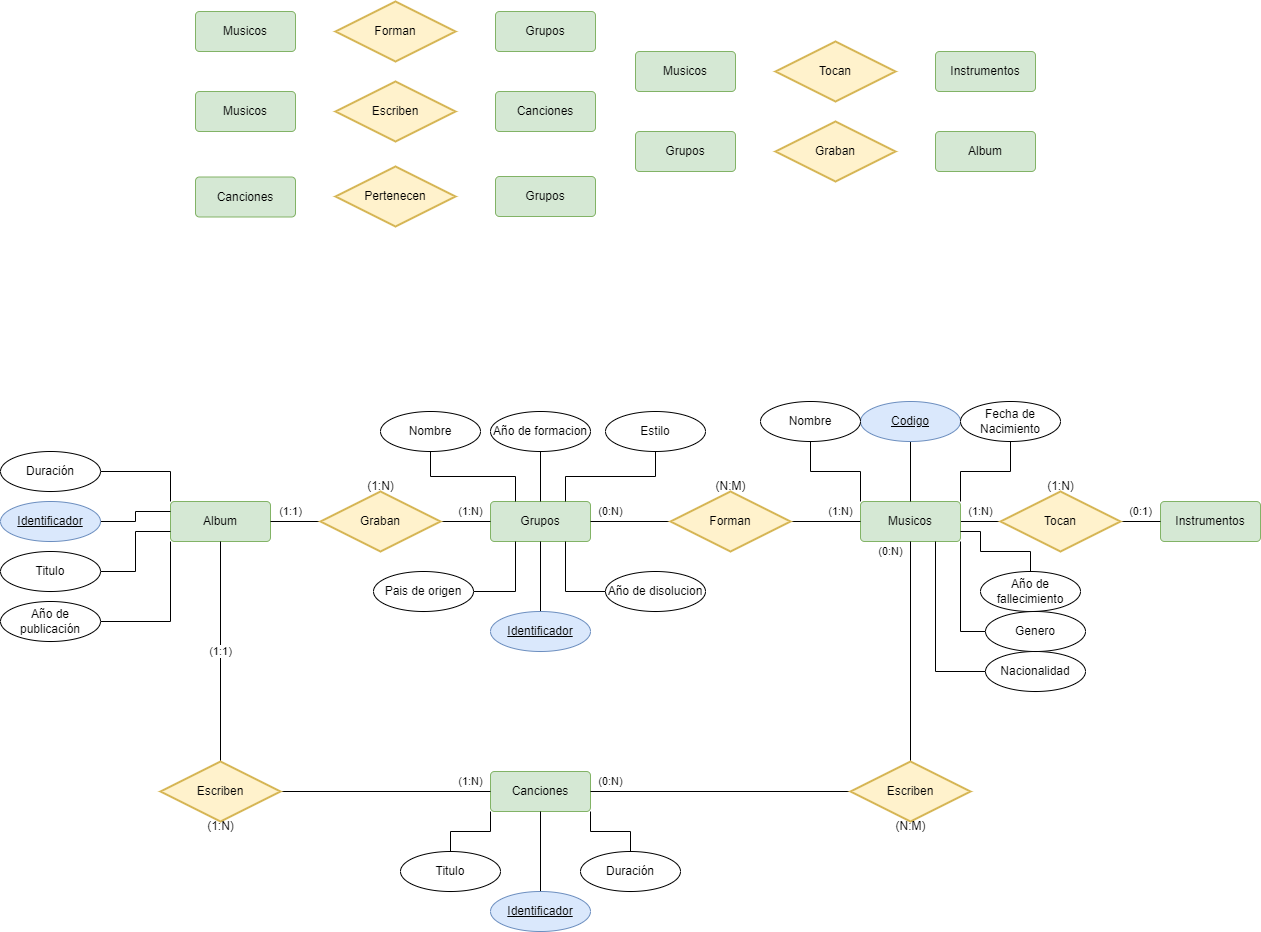
This is tareas base de datos/Actividades_Esquemas/Actividades_Esquemas/ejercicio_11.drawio.png from Angel-L-G/Base-Datos, a draw.io export, as it was before one commit. Source tidied: cells renumbered, new cells last; positions are measured from the earlier drawing's top-left corner, leaving out a move shared by most shapes.
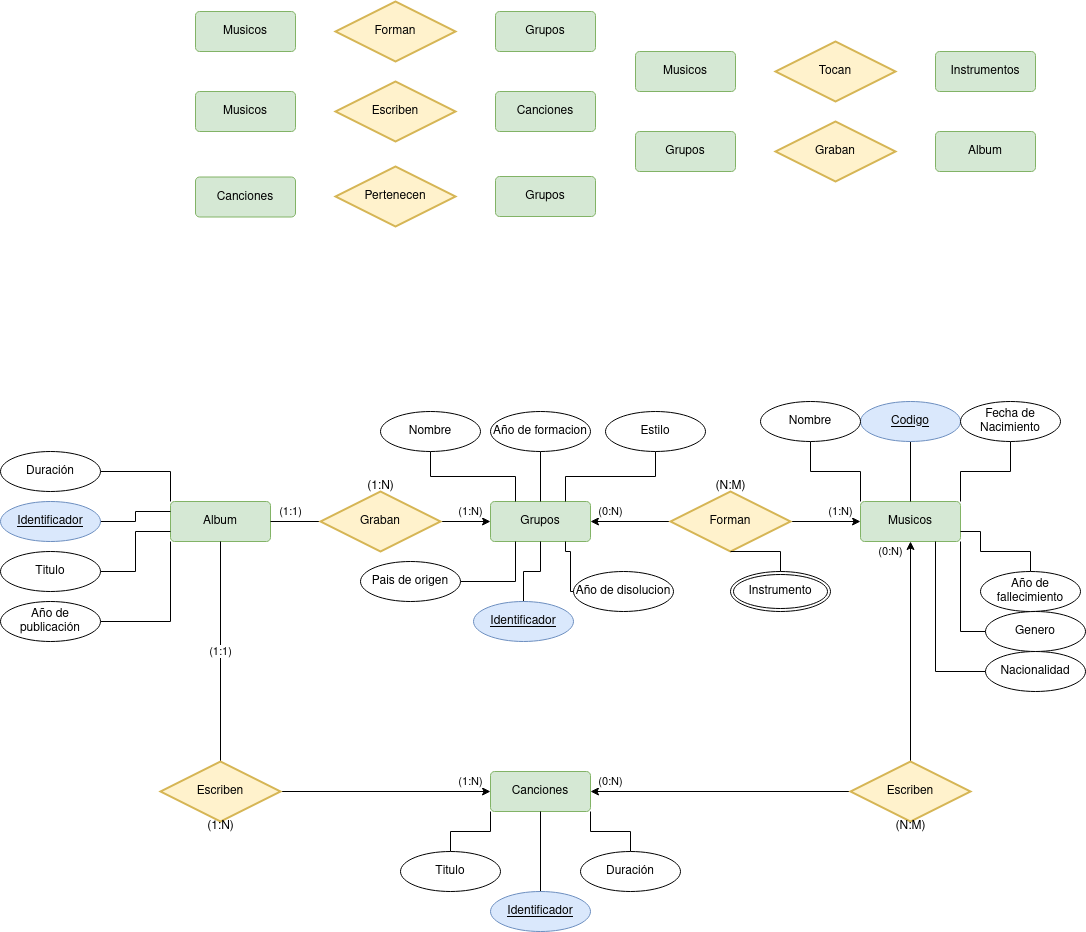
After the commit.

Change to the diagram source:
```diff
@@ -47,28 +47,16 @@
     <mxCell id="16" value="Graban" style="shape=rhombus;perimeter=rhombusPerimeter;whiteSpace=wrap;html=1;align=center;labelBackgroundColor=none;fillColor=#fff2cc;strokeColor=#d6b656;strokeWidth=2;" parent="1" vertex="1">
       <mxGeometry x="775" y="120" width="120" height="60" as="geometry" />
     </mxCell>
-    <mxCell id="17" value="Instrumentos" style="rounded=1;arcSize=10;whiteSpace=wrap;html=1;align=center;labelBackgroundColor=none;fillColor=#d5e8d4;strokeColor=#82b366;" parent="1" vertex="1">
-      <mxGeometry x="1160" y="500" width="100" height="40" as="geometry" />
-    </mxCell>
-    <mxCell id="18" value="(1:N)" style="edgeStyle=orthogonalEdgeStyle;rounded=0;jettySize=auto;html=1;entryX=1;entryY=0.5;entryDx=0;entryDy=0;fontColor=#000000;endArrow=none;endFill=0;" parent="1" edge="1" source="20" target="21">
-      <mxGeometry y="-10" relative="1" as="geometry" />
-    </mxCell>
-    <mxCell id="19" value="(0:1)" style="edgeStyle=orthogonalEdgeStyle;rounded=0;jettySize=auto;html=1;fontColor=#000000;endArrow=none;endFill=0;" parent="1" edge="1" source="20" target="17">
-      <mxGeometry y="10" relative="1" as="geometry" />
-    </mxCell>
-    <mxCell id="20" value="Tocan" style="shape=rhombus;perimeter=rhombusPerimeter;whiteSpace=wrap;html=1;align=center;labelBackgroundColor=none;fillColor=#fff2cc;strokeColor=#d6b656;strokeWidth=2;" parent="1" vertex="1">
-      <mxGeometry x="1000" y="490" width="120" height="60" as="geometry" />
-    </mxCell>
     <mxCell id="21" value="Musicos" style="rounded=1;arcSize=10;whiteSpace=wrap;html=1;align=center;labelBackgroundColor=none;fillColor=#d5e8d4;strokeColor=#82b366;" parent="1" vertex="1">
       <mxGeometry x="860" y="500" width="100" height="40" as="geometry" />
     </mxCell>
     <mxCell id="22" value="Grupos" style="rounded=1;arcSize=10;whiteSpace=wrap;html=1;align=center;labelBackgroundColor=none;fillColor=#d5e8d4;strokeColor=#82b366;" parent="1" vertex="1">
       <mxGeometry x="490" y="500" width="100" height="40" as="geometry" />
     </mxCell>
-    <mxCell id="23" value="(1:N)" style="edgeStyle=orthogonalEdgeStyle;rounded=0;jettySize=auto;html=1;fontColor=#000000;endArrow=none;endFill=0;" parent="1" edge="1" source="25" target="21">
+    <mxCell id="23" value="(1:N)" style="edgeStyle=orthogonalEdgeStyle;rounded=0;jettySize=auto;html=1;fontColor=#000000;endArrow=classic;endFill=1;" parent="1" edge="1" source="25" target="21">
       <mxGeometry x="0.43" y="10" relative="1" as="geometry" />
     </mxCell>
-    <mxCell id="24" value="(0:N)" style="edgeStyle=orthogonalEdgeStyle;rounded=0;jettySize=auto;html=1;fontColor=#000000;endArrow=none;endFill=0;" parent="1" edge="1" source="25" target="22">
+    <mxCell id="24" value="(0:N)" style="edgeStyle=orthogonalEdgeStyle;rounded=0;jettySize=auto;html=1;fontColor=#000000;endArrow=classic;endFill=1;" parent="1" edge="1" source="25" target="22">
       <mxGeometry x="0.5" y="-10" relative="1" as="geometry" />
     </mxCell>
     <mxCell id="25" value="Forman" style="shape=rhombus;perimeter=rhombusPerimeter;whiteSpace=wrap;html=1;align=center;labelBackgroundColor=none;fillColor=#fff2cc;strokeColor=#d6b656;strokeWidth=2;" parent="1" vertex="1">
@@ -77,7 +65,7 @@
     <mxCell id="26" value="Album" style="rounded=1;arcSize=10;whiteSpace=wrap;html=1;align=center;labelBackgroundColor=none;fillColor=#d5e8d4;strokeColor=#82b366;" parent="1" vertex="1">
       <mxGeometry x="170" y="500" width="100" height="40" as="geometry" />
     </mxCell>
-    <mxCell id="27" value="(1:N)" style="edgeStyle=orthogonalEdgeStyle;rounded=0;jettySize=auto;html=1;fontColor=#000000;endArrow=none;endFill=0;" parent="1" edge="1" source="29" target="22">
+    <mxCell id="27" value="(1:N)" style="edgeStyle=orthogonalEdgeStyle;rounded=0;jettySize=auto;html=1;fontColor=#000000;endArrow=classic;endFill=1;" parent="1" edge="1" source="29" target="22">
       <mxGeometry x="0.2" y="10" relative="1" as="geometry" />
     </mxCell>
     <mxCell id="28" value="(1:1)" style="edgeStyle=orthogonalEdgeStyle;rounded=0;jettySize=auto;html=1;fontColor=#000000;endArrow=none;endFill=0;" parent="1" edge="1" source="29" target="26">
@@ -89,22 +77,19 @@
     <mxCell id="30" value="Canciones" style="rounded=1;arcSize=10;whiteSpace=wrap;html=1;align=center;labelBackgroundColor=none;fillColor=#d5e8d4;strokeColor=#82b366;" parent="1" vertex="1">
       <mxGeometry x="490" y="770" width="100" height="40" as="geometry" />
     </mxCell>
-    <mxCell id="31" value="(0:N)" style="edgeStyle=orthogonalEdgeStyle;rounded=0;jettySize=auto;html=1;fontColor=#000000;endArrow=none;endFill=0;" parent="1" edge="1" source="33" target="21">
+    <mxCell id="31" value="(0:N)" style="edgeStyle=orthogonalEdgeStyle;rounded=0;jettySize=auto;html=1;fontColor=#000000;endArrow=classic;endFill=1;" parent="1" edge="1" source="33" target="21">
       <mxGeometry x="0.91" y="20" relative="1" as="geometry" />
     </mxCell>
-    <mxCell id="32" value="(0:N)" style="edgeStyle=orthogonalEdgeStyle;rounded=0;jettySize=auto;html=1;entryX=1;entryY=0.5;entryDx=0;entryDy=0;fontColor=#000000;endArrow=none;endFill=0;" parent="1" edge="1" source="33" target="30">
+    <mxCell id="32" value="(0:N)" style="edgeStyle=orthogonalEdgeStyle;rounded=0;jettySize=auto;html=1;entryX=1;entryY=0.5;entryDx=0;entryDy=0;fontColor=#000000;endArrow=classic;endFill=1;" parent="1" edge="1" source="33" target="30">
       <mxGeometry x="0.85" y="-10" relative="1" as="geometry" />
     </mxCell>
     <mxCell id="33" value="Escriben" style="shape=rhombus;perimeter=rhombusPerimeter;whiteSpace=wrap;html=1;align=center;labelBackgroundColor=none;fillColor=#fff2cc;strokeColor=#d6b656;strokeWidth=2;" parent="1" vertex="1">
       <mxGeometry x="850" y="760" width="120" height="60" as="geometry" />
     </mxCell>
-    <mxCell id="34" value="(1:N)" style="text;html=1;align=center;verticalAlign=middle;strokeColor=none;fillColor=none;fontColor=#000000;" parent="1" vertex="1">
-      <mxGeometry x="1035" y="470" width="50" height="30" as="geometry" />
-    </mxCell>
     <mxCell id="35" value="(1:1)" style="edgeStyle=orthogonalEdgeStyle;rounded=0;jettySize=auto;html=1;fontColor=#000000;endArrow=none;endFill=0;" parent="1" edge="1" source="37" target="26">
       <mxGeometry relative="1" as="geometry" />
     </mxCell>
-    <mxCell id="36" value="(1:N)" style="edgeStyle=orthogonalEdgeStyle;rounded=0;jettySize=auto;html=1;entryX=0;entryY=0.5;entryDx=0;entryDy=0;fontColor=#000000;endArrow=none;endFill=0;" parent="1" edge="1" source="37" target="30">
+    <mxCell id="36" value="(1:N)" style="edgeStyle=orthogonalEdgeStyle;rounded=0;jettySize=auto;html=1;entryX=0;entryY=0.5;entryDx=0;entryDy=0;fontColor=#000000;endArrow=classic;endFill=1;" parent="1" edge="1" source="37" target="30">
       <mxGeometry x="0.81" y="10" relative="1" as="geometry" />
     </mxCell>
     <mxCell id="37" value="Escriben" style="shape=rhombus;perimeter=rhombusPerimeter;whiteSpace=wrap;html=1;align=center;labelBackgroundColor=none;fillColor=#fff2cc;strokeColor=#d6b656;strokeWidth=2;" parent="1" vertex="1">
@@ -215,19 +200,26 @@
       <mxGeometry relative="1" as="geometry" />
     </mxCell>
     <mxCell id="69" value="Identificador" style="ellipse;whiteSpace=wrap;html=1;align=center;fontStyle=4;labelBackgroundColor=none;strokeWidth=1;fillColor=#dae8fc;strokeColor=#6c8ebf;" parent="1" vertex="1">
-      <mxGeometry x="490" y="610" width="100" height="40" as="geometry" />
+      <mxGeometry x="473" y="600" width="100" height="40" as="geometry" />
     </mxCell>
     <mxCell id="70" style="edgeStyle=orthogonalEdgeStyle;rounded=0;jettySize=auto;html=1;entryX=0.25;entryY=1;entryDx=0;entryDy=0;fontColor=#000000;endArrow=none;endFill=0;" parent="1" edge="1" source="71" target="22">
       <mxGeometry relative="1" as="geometry" />
     </mxCell>
     <mxCell id="71" value="Pais de origen" style="ellipse;whiteSpace=wrap;html=1;align=center;labelBackgroundColor=none;strokeWidth=1;fontColor=#000000;" parent="1" vertex="1">
-      <mxGeometry x="373" y="570" width="100" height="40" as="geometry" />
+      <mxGeometry x="360" y="560" width="100" height="40" as="geometry" />
     </mxCell>
-    <mxCell id="72" style="edgeStyle=orthogonalEdgeStyle;rounded=0;jettySize=auto;html=1;entryX=0.75;entryY=1;entryDx=0;entryDy=0;fontColor=#000000;endArrow=none;endFill=0;" parent="1" edge="1" source="73" target="22">
-      <mxGeometry relative="1" as="geometry" />
+    <mxCell id="72" style="edgeStyle=orthogonalEdgeStyle;rounded=0;jettySize=auto;html=1;fontColor=#000000;endArrow=none;endFill=0;exitX=0;exitY=0.5;exitDx=0;exitDy=0;" parent="1" edge="1" source="73">
+      <mxGeometry relative="1" as="geometry">
+        <mxPoint x="565" y="540" as="targetPoint" />
+        <Array as="points">
+          <mxPoint x="570" y="590" />
+          <mxPoint x="570" y="550" />
+          <mxPoint x="565" y="550" />
+        </Array>
+      </mxGeometry>
     </mxCell>
     <mxCell id="73" value="Año de disolucion" style="ellipse;whiteSpace=wrap;html=1;align=center;labelBackgroundColor=none;strokeWidth=1;fontColor=#000000;" parent="1" vertex="1">
-      <mxGeometry x="605" y="570" width="100" height="40" as="geometry" />
+      <mxGeometry x="573" y="570" width="100" height="40" as="geometry" />
     </mxCell>
     <mxCell id="74" style="edgeStyle=orthogonalEdgeStyle;rounded=0;jettySize=auto;html=1;entryX=0.25;entryY=0;entryDx=0;entryDy=0;fontColor=#000000;endArrow=none;endFill=0;exitX=0.5;exitY=1;exitDx=0;exitDy=0;" parent="1" edge="1" source="75" target="22">
       <mxGeometry relative="1" as="geometry" />
@@ -247,5 +239,11 @@
     <mxCell id="79" value="Año de formacion" style="ellipse;whiteSpace=wrap;html=1;align=center;labelBackgroundColor=none;strokeWidth=1;fontColor=#000000;" parent="1" vertex="1">
       <mxGeometry x="490" y="410" width="100" height="40" as="geometry" />
     </mxCell>
+    <mxCell id="80" style="edgeStyle=orthogonalEdgeStyle;rounded=0;jettySize=auto;html=1;endArrow=none;endFill=0;" parent="1" edge="1" source="81" target="25">
+      <mxGeometry relative="1" as="geometry" />
+    </mxCell>
+    <mxCell id="81" value="Instrumento" style="ellipse;shape=doubleEllipse;margin=3;whiteSpace=wrap;html=1;align=center;" parent="1" vertex="1">
+      <mxGeometry x="730" y="570" width="100" height="40" as="geometry" />
+    </mxCell>
   </root>
 </mxGraphModel>
```
